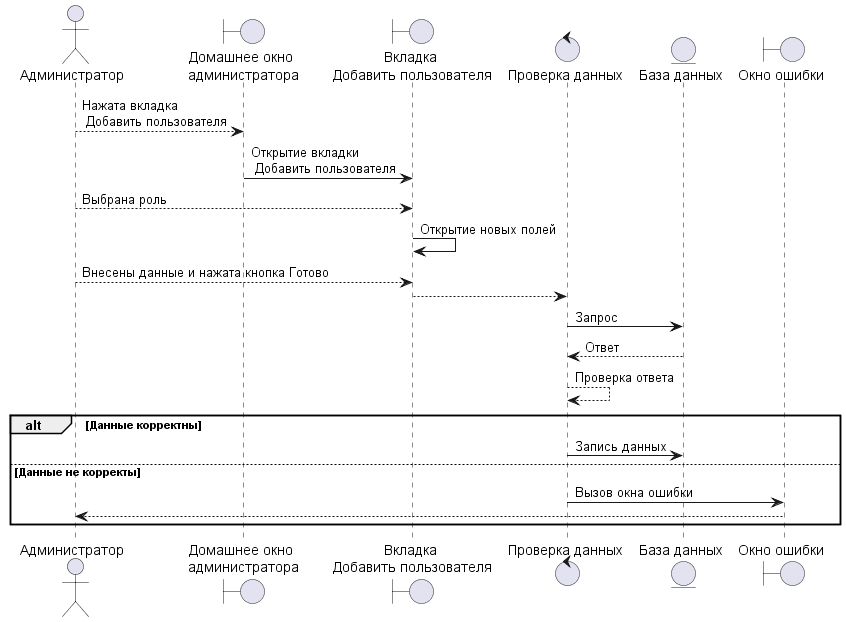
This is UML/out/Posledovatelnosty/PoDobavleniePolzovatelya/PoDobavleniePolzovatelya.wsd.png from Undetaker45/MDKP, a PlantUML export, as it was before one commit.
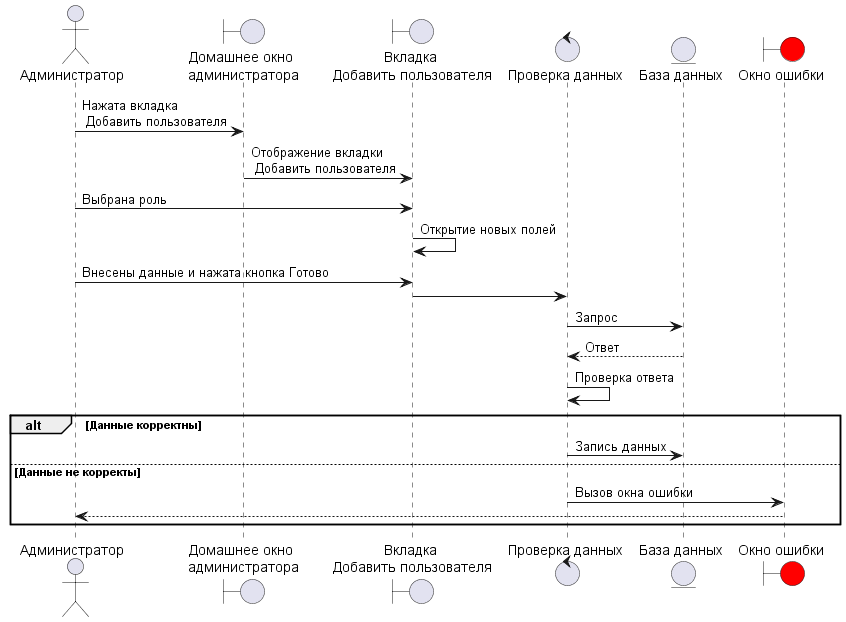
Later version of the same file.

Diff of the diagram source:
```diff
@@ -10,26 +10,26 @@
 
 entity "База данных" as en
 
-boundary "Окно ошибки" as err
+boundary "Окно ошибки" as err #Red
 
-pl --> bo : Нажата вкладка\n Добавить пользователя
+pl -> bo : Нажата вкладка\n Добавить пользователя
 
-bo -> bo1 : Открытие вкладки\n Добавить пользователя
+bo -> bo1 : Отображение вкладки\n Добавить пользователя
 
 
-pl --> bo1 : Выбрана роль
+pl -> bo1 : Выбрана роль
 
 bo1 -> bo1 : Открытие новых полей
 
-pl --> bo1 : Внесены данные и нажата кнопка Готово
+pl -> bo1 : Внесены данные и нажата кнопка Готово
 
-bo1 --> co2
+bo1 -> co2
 
 co2 -> en : Запрос
 
 en --> co2 : Ответ
 
-co2 --> co2 : Проверка ответа
+co2 -> co2 : Проверка ответа
 
 alt Данные корректны
 
```
